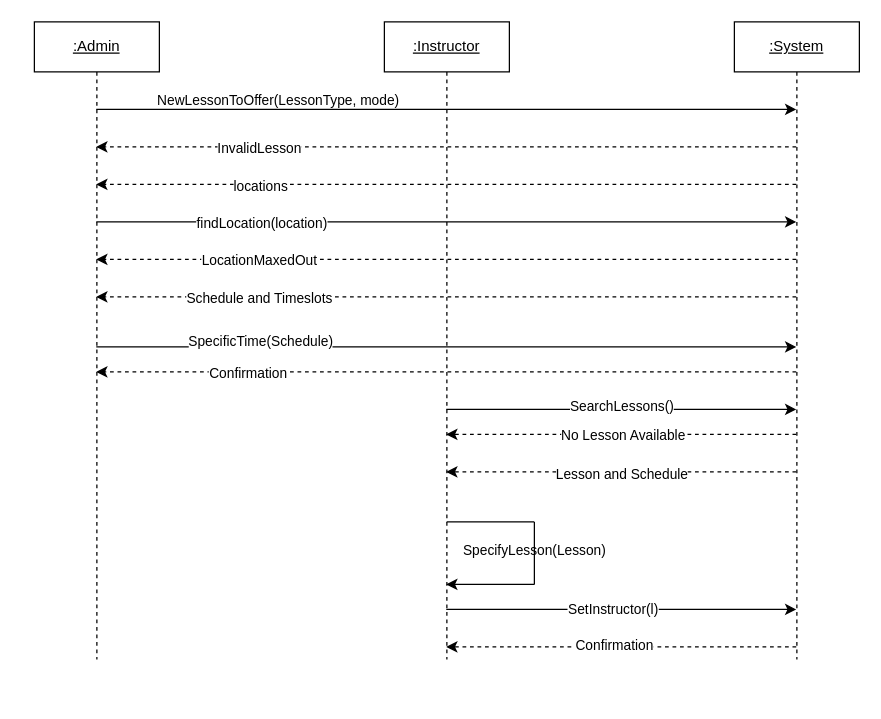
JeremyCrete/Soen342-JeremyCrete-DominicEmond keeps this draw.io diagram as Diagrams/SystemSequenceDiagram.drawio. Above is the earlier version. Source tidied: cells renumbered, new cells numbered last; positions are measured from the earlier drawing's top-left corner, leaving out a move shared by most shapes. Both pictures are drawn from the tidied source at 125%, with x=0, y=0 at pixel (34, 21).
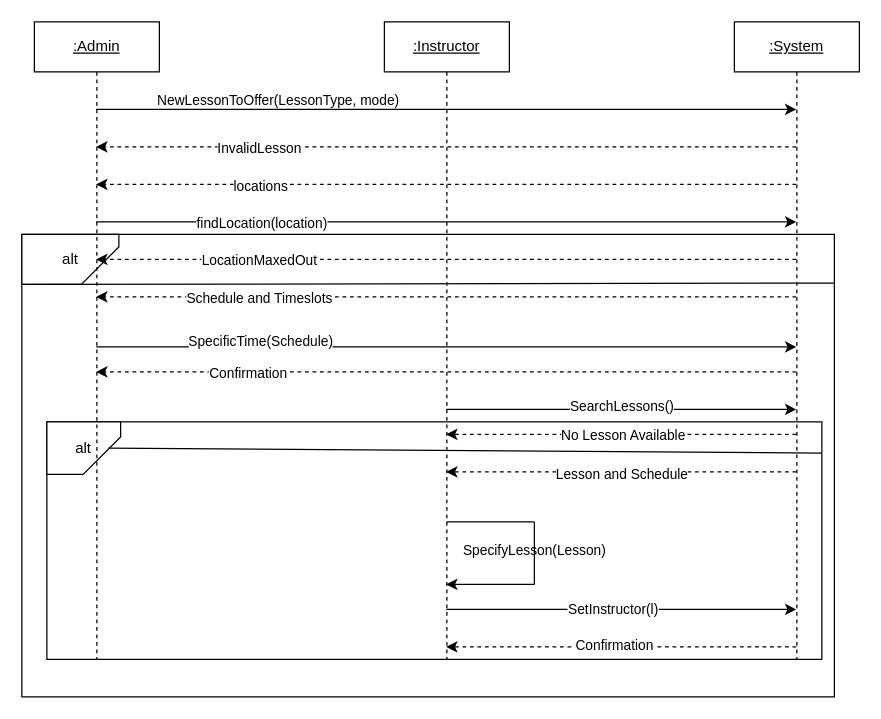
After the change.

Change to the diagram source:
```diff
@@
+    <mxCell id="35" style="group;" parent="1" vertex="1">
+      <mxGeometry x="-10" y="170" width="650" height="370" as="geometry" />
+    </mxCell>
+    <mxCell id="36" style="group;" parent="35" vertex="1">
+      <mxGeometry width="650" height="370" as="geometry" />
+    </mxCell>
+    <mxCell id="37" style="rounded=0;whiteSpace=wrap;html=1;" parent="36" vertex="1">
+      <mxGeometry width="650" height="370" as="geometry" />
+    </mxCell>
+    <mxCell id="38" value="alt" style="shape=card;whiteSpace=wrap;html=1;direction=west;" parent="36" vertex="1">
+      <mxGeometry width="77.6" height="40" as="geometry" />
+    </mxCell>
+    <mxCell id="39" style="endArrow=none;html=1;rounded=0;exitX=1;exitY=0;exitDx=0;exitDy=0;exitPerimeter=0;" parent="36" edge="1" source="38">
+      <mxGeometry relative="1" as="geometry">
+        <mxPoint x="650" y="39" as="targetPoint" />
+      </mxGeometry>
+    </mxCell>
+    <mxCell id="40" style="group;" parent="1" vertex="1">
+      <mxGeometry x="10" y="320" width="620" height="190" as="geometry" />
+    </mxCell>
+    <mxCell id="41" style="group;" parent="40" vertex="1">
+      <mxGeometry width="620" height="190" as="geometry" />
+    </mxCell>
+    <mxCell id="42" style="rounded=0;whiteSpace=wrap;html=1;" parent="41" vertex="1">
+      <mxGeometry width="620" height="190" as="geometry" />
+    </mxCell>
+    <mxCell id="43" value="alt" style="shape=card;whiteSpace=wrap;html=1;direction=west;" parent="41" vertex="1">
+      <mxGeometry width="59" height="42" as="geometry" />
+    </mxCell>
+    <mxCell id="44" style="endArrow=none;html=1;rounded=0;" parent="41" edge="1">
+      <mxGeometry relative="1" as="geometry">
+        <mxPoint x="49.2" y="21" as="sourcePoint" />
+        <mxPoint x="620" y="25" as="targetPoint" />
+      </mxGeometry>
+    </mxCell>
```
